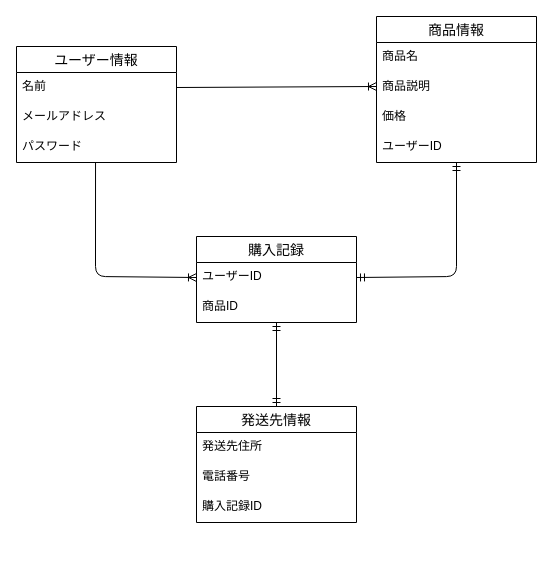
Earlier version of the draw.io diagram test.dio (kim4ky/furima-40347). Source tidied: cells renumbered, new cells numbered last; positions are measured from the earlier drawing's top-left corner, leaving out a move shared by most shapes. Both pictures are drawn from the tidied source at 100%, with x=0, y=0 at pixel (16, 16).
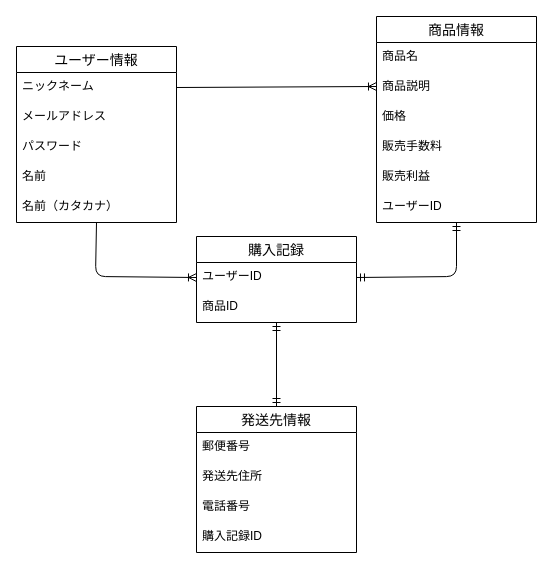
The same diagram, later.

Commit message (it also covers changes not shown here):
データベース設計の修正

The change refers to these unchanged cells:
```xml
<mxCell id="5" value="パスワード" style="text;strokeColor=none;fillColor=none;spacingLeft=4;spacingRight=4;overflow=hidden;points=[[0,0.5],[1,0.5]];portConstraint=eastwest;fontSize=12;" parent="2" vertex="1">
  <mxGeometry y="86" width="160" height="30" as="geometry" />
</mxCell>
<mxCell id="12" value="ユーザーID" style="text;strokeColor=none;fillColor=none;spacingLeft=4;spacingRight=4;overflow=hidden;points=[[0,0.5],[1,0.5]];portConstraint=eastwest;fontSize=12;" parent="11" vertex="1">
  <mxGeometry y="26" width="160" height="30" as="geometry" />
</mxCell>
```

Change to the diagram source:
```diff
@@
     <mxCell id="2" value="ユーザー情報" style="swimlane;fontStyle=0;horizontal=1;startSize=26;align=center;fontSize=14;" parent="1" vertex="1">
-      <mxGeometry y="30" width="160" height="116" as="geometry" />
+      <mxGeometry y="30" width="160" height="176" as="geometry" />
     </mxCell>
-    <mxCell id="3" value="名前" style="text;strokeColor=none;fillColor=none;spacingLeft=4;spacingRight=4;overflow=hidden;points=[[0,0.5],[1,0.5]];portConstraint=eastwest;fontSize=12;" parent="2" vertex="1">
+    <mxCell id="3" value="ニックネーム" style="text;strokeColor=none;fillColor=none;spacingLeft=4;spacingRight=4;overflow=hidden;points=[[0,0.5],[1,0.5]];portConstraint=eastwest;fontSize=12;" parent="2" vertex="1">
       <mxGeometry y="26" width="160" height="30" as="geometry" />
     </mxCell>
@@
+    <mxCell id="22" value="名前" style="text;strokeColor=none;fillColor=none;spacingLeft=4;spacingRight=4;overflow=hidden;fontSize=12;" parent="2" vertex="1">
+      <mxGeometry y="116" width="160" height="30" as="geometry" />
+    </mxCell>
+    <mxCell id="23" value="名前（カタカナ）" style="text;strokeColor=none;fillColor=none;spacingLeft=4;spacingRight=4;overflow=hidden;points=[[0,0.5],[1,0.5]];portConstraint=eastwest;fontSize=12;" parent="2" vertex="1">
+      <mxGeometry y="146" width="160" height="30" as="geometry" />
+    </mxCell>
     <mxCell id="6" value="商品情報" style="swimlane;fontStyle=0;horizontal=1;startSize=26;align=center;fontSize=14;" parent="1" vertex="1">
-      <mxGeometry x="360" width="160" height="146" as="geometry" />
+      <mxGeometry x="360" width="160" height="206" as="geometry" />
     </mxCell>
@@
+    <mxCell id="24" value="販売手数料" style="text;strokeColor=none;fillColor=none;spacingLeft=4;spacingRight=4;overflow=hidden;fontSize=12;" parent="6" vertex="1">
+      <mxGeometry y="116" width="160" height="30" as="geometry" />
+    </mxCell>
+    <mxCell id="25" value="販売利益" style="text;strokeColor=none;fillColor=none;spacingLeft=4;spacingRight=4;overflow=hidden;fontSize=12;" parent="6" vertex="1">
+      <mxGeometry y="146" width="160" height="30" as="geometry" />
+    </mxCell>
     <mxCell id="10" value="ユーザーID" style="text;strokeColor=none;fillColor=none;spacingLeft=4;spacingRight=4;overflow=hidden;points=[[0,0.5],[1,0.5]];portConstraint=eastwest;fontSize=12;" parent="6" vertex="1">
-      <mxGeometry y="116" width="160" height="30" as="geometry" />
+      <mxGeometry y="176" width="160" height="30" as="geometry" />
     </mxCell>
@@
     <mxCell id="14" value="発送先情報" style="swimlane;fontStyle=0;horizontal=1;startSize=26;align=center;fontSize=14;" parent="1" vertex="1">
-      <mxGeometry x="180" y="390" width="160" height="116" as="geometry" />
+      <mxGeometry x="180" y="390" width="160" height="146" as="geometry" />
     </mxCell>
+    <mxCell id="26" value="郵便番号" style="text;strokeColor=none;fillColor=none;spacingLeft=4;spacingRight=4;overflow=hidden;fontSize=12;" parent="14" vertex="1">
+      <mxGeometry y="26" width="160" height="30" as="geometry" />
+    </mxCell>
     <mxCell id="15" value="発送先住所" style="text;strokeColor=none;fillColor=none;spacingLeft=4;spacingRight=4;overflow=hidden;fontSize=12;" parent="14" vertex="1">
-      <mxGeometry y="26" width="160" height="30" as="geometry" />
+      <mxGeometry y="56" width="160" height="30" as="geometry" />
     </mxCell>
     <mxCell id="16" value="電話番号" style="text;strokeColor=none;fillColor=none;spacingLeft=4;spacingRight=4;overflow=hidden;fontSize=12;" parent="14" vertex="1">
-      <mxGeometry y="56" width="160" height="30" as="geometry" />
+      <mxGeometry y="86" width="160" height="30" as="geometry" />
     </mxCell>
     <mxCell id="17" value="購入記録ID" style="text;strokeColor=none;fillColor=none;spacingLeft=4;spacingRight=4;overflow=hidden;fontSize=12;" parent="14" vertex="1">
-      <mxGeometry y="86" width="160" height="30" as="geometry" />
+      <mxGeometry y="116" width="160" height="30" as="geometry" />
     </mxCell>
-    <mxCell id="18" style="fontSize=12;html=1;endArrow=ERoneToMany;exitX=0.494;exitY=1;exitDx=0;exitDy=0;exitPerimeter=0;entryX=0;entryY=0.5;entryDx=0;entryDy=0;" parent="1" edge="1" source="5" target="12">
+    <mxCell id="18" style="fontSize=12;html=1;endArrow=ERoneToMany;entryX=0;entryY=0.5;entryDx=0;entryDy=0;exitX=0.5;exitY=1;exitDx=0;exitDy=0;exitPerimeter=0;" parent="1" edge="1" source="23" target="12">
       <mxGeometry relative="1" as="geometry">
         <Array as="points">
           <mxPoint x="79" y="260" />
         </Array>
       </mxGeometry>
     </mxCell>
```
